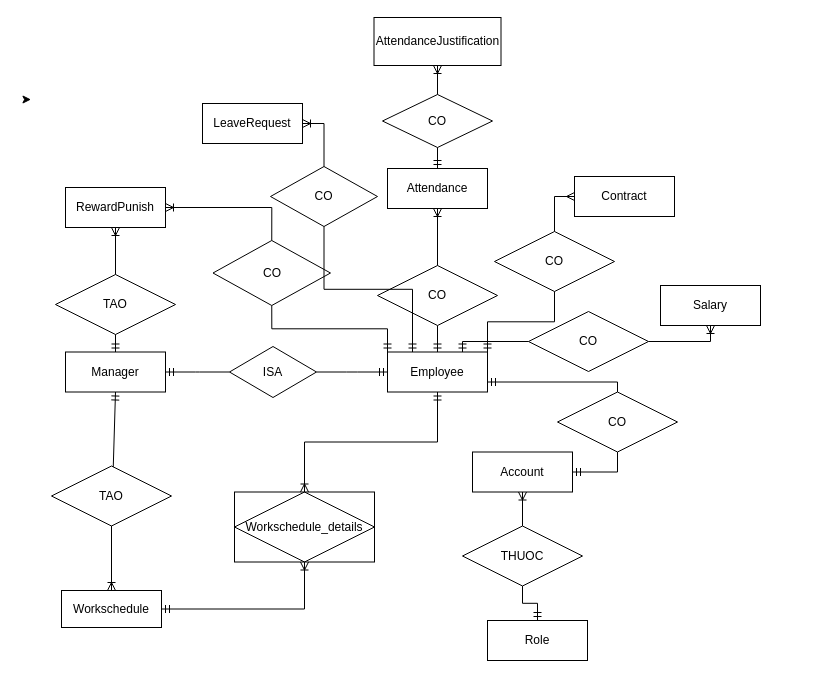
VanTruongPTITHCM2002/DoAnJava keeps this draw.io diagram as page "Trang-3" (3 of 5) of tttn.drawio. Above is the earlier version. Source tidied: cells renumbered, new cells numbered last; positions are measured from the earlier drawing's top-left corner, leaving out a move shared by most shapes. Both pictures are drawn from the tidied source at 100%, with x=0, y=0 at pixel (24, 17).
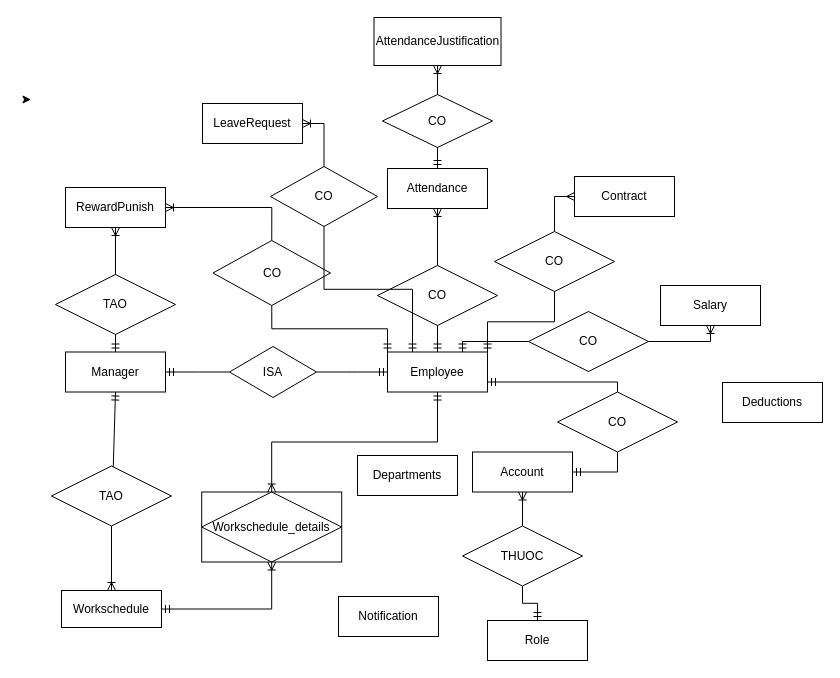
Above is the later version.

Commit message:
Cập nhật tttn.drawio

The edit, as a diff of the source:
```diff
@@
     <mxCell id="23" value="Workschedule_details" style="shape=associativeEntity;whiteSpace=wrap;html=1;align=center;" parent="1" vertex="1">
-      <mxGeometry x="210" y="474.5" width="140" height="70" as="geometry" />
+      <mxGeometry x="177.2" y="474.5" width="140" height="70" as="geometry" />
     </mxCell>
@@
+    <mxCell id="50" value="Departments" style="whiteSpace=wrap;html=1;align=center;" parent="1" vertex="1">
+      <mxGeometry x="333" y="438" width="100" height="40" as="geometry" />
+    </mxCell>
+    <mxCell id="51" value="Deductions" style="whiteSpace=wrap;html=1;align=center;" parent="1" vertex="1">
+      <mxGeometry x="698" y="365" width="100" height="40" as="geometry" />
+    </mxCell>
+    <mxCell id="52" value="Notification" style="whiteSpace=wrap;html=1;align=center;" parent="1" vertex="1">
+      <mxGeometry x="314" y="579" width="100" height="40" as="geometry" />
+    </mxCell>
```
